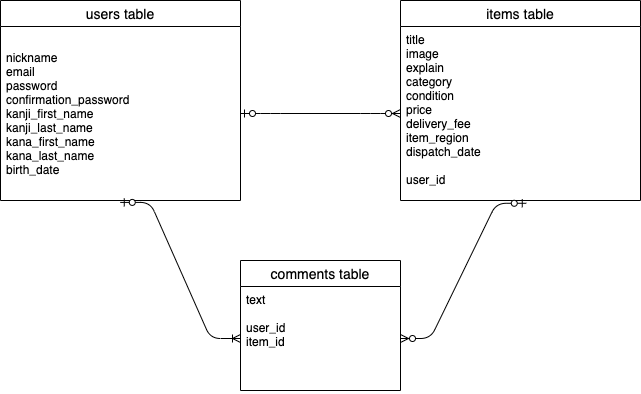
sohey-hub/furima-32536 keeps this draw.io diagram as test.drawio.png. Above is the earlier version. Source tidied: cells renumbered, new cells last; positions are measured from the earlier drawing's top-left corner, leaving out a move shared by most shapes. Source of this version:
```xml
<mxGraphModel>
  <root>
    <mxCell id="0" />
    <mxCell id="1" parent="0" />
    <mxCell id="2" value="users table" style="swimlane;fontStyle=0;horizontal=1;startSize=26;align=center;fontSize=14;" parent="1" vertex="1">
      <mxGeometry width="240" height="200" as="geometry" />
    </mxCell>
    <mxCell id="3" value="nickname&#10;email&#10;password&#10;confirmation_password&#10;kanji_first_name&#10;kanji_last_name&#10;kana_first_name&#10;kana_last_name&#10;birth_date" style="text;strokeColor=none;fillColor=none;spacingLeft=4;spacingRight=4;overflow=hidden;points=[[0,0.5],[1,0.5]];portConstraint=eastwest;fontSize=12;verticalAlign=middle;align=left;" parent="2" vertex="1">
      <mxGeometry y="26" width="240" height="174" as="geometry" />
    </mxCell>
    <mxCell id="4" value="items table" style="swimlane;fontStyle=0;horizontal=1;startSize=26;align=center;fontSize=14;" parent="1" vertex="1">
      <mxGeometry x="400" width="240" height="200" as="geometry" />
    </mxCell>
    <mxCell id="5" value="title&#10;image&#10;explain&#10;category&#10;condition&#10;price&#10;delivery_fee&#10;item_region&#10;dispatch_date&#10;&#10;user_id" style="text;strokeColor=none;fillColor=none;spacingLeft=4;spacingRight=4;overflow=hidden;points=[[0,0.5],[1,0.5]];portConstraint=eastwest;fontSize=12;" parent="4" vertex="1">
      <mxGeometry y="26" width="240" height="174" as="geometry" />
    </mxCell>
    <mxCell id="6" value="comments table" style="swimlane;fontStyle=0;horizontal=1;startSize=26;align=center;fontSize=14;" parent="1" vertex="1">
      <mxGeometry x="240" y="260" width="160" height="130" as="geometry" />
    </mxCell>
    <mxCell id="7" value="text&#10;&#10;user_id&#10;item_id" style="text;strokeColor=none;fillColor=none;spacingLeft=4;spacingRight=4;overflow=hidden;points=[[0,0.5],[1,0.5]];portConstraint=eastwest;fontSize=12;" parent="6" vertex="1">
      <mxGeometry y="26" width="160" height="104" as="geometry" />
    </mxCell>
    <mxCell id="8" style="edgeStyle=entityRelationEdgeStyle;fontSize=12;html=1;endArrow=ERzeroToMany;startArrow=ERzeroToOne;entryX=0;entryY=0.5;entryDx=0;entryDy=0;" parent="1" edge="1" source="3" target="5">
      <mxGeometry relative="1" as="geometry" />
    </mxCell>
    <mxCell id="9" style="edgeStyle=entityRelationEdgeStyle;fontSize=12;html=1;endArrow=ERoneToMany;startArrow=ERzeroToOne;exitX=0.499;exitY=1.011;exitDx=0;exitDy=0;exitPerimeter=0;entryX=0;entryY=0.5;entryDx=0;entryDy=0;" parent="1" edge="1" source="3" target="7">
      <mxGeometry relative="1" as="geometry" />
    </mxCell>
    <mxCell id="10" style="edgeStyle=entityRelationEdgeStyle;fontSize=12;html=1;endArrow=ERzeroToMany;startArrow=ERzeroToOne;exitX=0.524;exitY=1.016;exitDx=0;exitDy=0;exitPerimeter=0;entryX=1;entryY=0.5;entryDx=0;entryDy=0;" parent="1" edge="1" source="5" target="7">
      <mxGeometry relative="1" as="geometry" />
    </mxCell>
  </root>
</mxGraphModel>
```
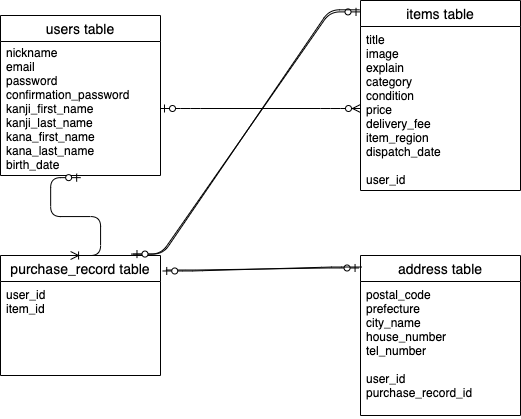
Above is the later version.

Commit message:
ER図とREADMEの修正

What changed in the source:
```diff
@@ -3,31 +3,46 @@
     <mxCell id="0" />
     <mxCell id="1" parent="0" />
     <mxCell id="2" value="users table" style="swimlane;fontStyle=0;horizontal=1;startSize=26;align=center;fontSize=14;" parent="1" vertex="1">
-      <mxGeometry width="240" height="200" as="geometry" />
+      <mxGeometry x="40" y="-200" width="160" height="160" as="geometry" />
     </mxCell>
     <mxCell id="3" value="nickname&#10;email&#10;password&#10;confirmation_password&#10;kanji_first_name&#10;kanji_last_name&#10;kana_first_name&#10;kana_last_name&#10;birth_date" style="text;strokeColor=none;fillColor=none;spacingLeft=4;spacingRight=4;overflow=hidden;points=[[0,0.5],[1,0.5]];portConstraint=eastwest;fontSize=12;verticalAlign=middle;align=left;" parent="2" vertex="1">
-      <mxGeometry y="26" width="240" height="174" as="geometry" />
+      <mxGeometry y="26" width="160" height="134" as="geometry" />
     </mxCell>
     <mxCell id="4" value="items table" style="swimlane;fontStyle=0;horizontal=1;startSize=26;align=center;fontSize=14;" parent="1" vertex="1">
-      <mxGeometry x="400" width="240" height="200" as="geometry" />
+      <mxGeometry x="400" y="-215" width="160" height="190" as="geometry" />
     </mxCell>
     <mxCell id="5" value="title&#10;image&#10;explain&#10;category&#10;condition&#10;price&#10;delivery_fee&#10;item_region&#10;dispatch_date&#10;&#10;user_id" style="text;strokeColor=none;fillColor=none;spacingLeft=4;spacingRight=4;overflow=hidden;points=[[0,0.5],[1,0.5]];portConstraint=eastwest;fontSize=12;" parent="4" vertex="1">
-      <mxGeometry y="26" width="240" height="174" as="geometry" />
+      <mxGeometry y="26" width="160" height="164" as="geometry" />
     </mxCell>
-    <mxCell id="6" value="comments table" style="swimlane;fontStyle=0;horizontal=1;startSize=26;align=center;fontSize=14;" parent="1" vertex="1">
-      <mxGeometry x="240" y="260" width="160" height="130" as="geometry" />
-    </mxCell>
-    <mxCell id="7" value="text&#10;&#10;user_id&#10;item_id" style="text;strokeColor=none;fillColor=none;spacingLeft=4;spacingRight=4;overflow=hidden;points=[[0,0.5],[1,0.5]];portConstraint=eastwest;fontSize=12;" parent="6" vertex="1">
-      <mxGeometry y="26" width="160" height="104" as="geometry" />
-    </mxCell>
     <mxCell id="8" style="edgeStyle=entityRelationEdgeStyle;fontSize=12;html=1;endArrow=ERzeroToMany;startArrow=ERzeroToOne;entryX=0;entryY=0.5;entryDx=0;entryDy=0;" parent="1" edge="1" source="3" target="5">
       <mxGeometry relative="1" as="geometry" />
     </mxCell>
-    <mxCell id="9" style="edgeStyle=entityRelationEdgeStyle;fontSize=12;html=1;endArrow=ERoneToMany;startArrow=ERzeroToOne;exitX=0.499;exitY=1.011;exitDx=0;exitDy=0;exitPerimeter=0;entryX=0;entryY=0.5;entryDx=0;entryDy=0;" parent="1" edge="1" source="3" target="7">
-      <mxGeometry relative="1" as="geometry" />
-    </mxCell>
-    <mxCell id="10" style="edgeStyle=entityRelationEdgeStyle;fontSize=12;html=1;endArrow=ERzeroToMany;startArrow=ERzeroToOne;exitX=0.524;exitY=1.016;exitDx=0;exitDy=0;exitPerimeter=0;entryX=1;entryY=0.5;entryDx=0;entryDy=0;" parent="1" edge="1" source="5" target="7">
-      <mxGeometry relative="1" as="geometry" />
-    </mxCell>
+    <mxCell id="11" value="purchase_record table" style="swimlane;fontStyle=0;horizontal=1;startSize=26;align=center;fontSize=14;" parent="1" vertex="1">
+      <mxGeometry x="40" y="40" width="160" height="120" as="geometry" />
+    </mxCell>
+    <mxCell id="12" value="user_id&#10;item_id" style="text;strokeColor=none;fillColor=none;spacingLeft=4;spacingRight=4;overflow=hidden;fontSize=12;" parent="11" vertex="1">
+      <mxGeometry y="26" width="160" height="94" as="geometry" />
+    </mxCell>
+    <mxCell id="13" value="address table" style="swimlane;fontStyle=0;horizontal=1;startSize=26;align=center;fontSize=14;" parent="1" vertex="1">
+      <mxGeometry x="400" y="40" width="160" height="160" as="geometry" />
+    </mxCell>
+    <mxCell id="14" value="postal_code&#10;prefecture&#10;city_name&#10;house_number&#10;tel_number&#10;&#10;user_id&#10;purchase_record_id" style="text;strokeColor=none;fillColor=none;spacingLeft=4;spacingRight=4;overflow=hidden;fontSize=12;" parent="13" vertex="1">
+      <mxGeometry y="26" width="160" height="134" as="geometry" />
+    </mxCell>
+    <mxCell id="15" style="edgeStyle=entityRelationEdgeStyle;fontSize=12;html=1;endArrow=ERzeroToOne;endFill=1;exitX=0.816;exitY=-0.012;exitDx=0;exitDy=0;exitPerimeter=0;entryX=-0.003;entryY=0.06;entryDx=0;entryDy=0;entryPerimeter=0;" parent="1" edge="1" source="11" target="4">
+      <mxGeometry relative="1" as="geometry" />
+    </mxCell>
+    <mxCell id="16" style="edgeStyle=entityRelationEdgeStyle;fontSize=12;html=1;endArrow=ERzeroToOne;endFill=1;entryX=0.828;entryY=-0.012;entryDx=0;entryDy=0;entryPerimeter=0;exitX=-0.006;exitY=0.049;exitDx=0;exitDy=0;exitPerimeter=0;" parent="1" edge="1" source="4" target="11">
+      <mxGeometry relative="1" as="geometry" />
+    </mxCell>
+    <mxCell id="17" style="edgeStyle=entityRelationEdgeStyle;fontSize=12;html=1;endArrow=ERzeroToOne;endFill=1;exitX=1.034;exitY=0.121;exitDx=0;exitDy=0;exitPerimeter=0;entryX=-0.009;entryY=0.078;entryDx=0;entryDy=0;entryPerimeter=0;" parent="1" edge="1" source="11" target="13">
+      <mxGeometry relative="1" as="geometry" />
+    </mxCell>
+    <mxCell id="18" style="edgeStyle=entityRelationEdgeStyle;fontSize=12;html=1;endArrow=ERzeroToOne;endFill=1;entryX=1.014;entryY=0.129;entryDx=0;entryDy=0;entryPerimeter=0;exitX=0.007;exitY=0.072;exitDx=0;exitDy=0;exitPerimeter=0;" parent="1" edge="1" source="13" target="11">
+      <mxGeometry relative="1" as="geometry" />
+    </mxCell>
+    <mxCell id="19" style="edgeStyle=entityRelationEdgeStyle;fontSize=12;html=1;endArrow=ERoneToMany;startArrow=ERzeroToOne;exitX=0.501;exitY=1.016;exitDx=0;exitDy=0;exitPerimeter=0;entryX=0.438;entryY=0;entryDx=0;entryDy=0;entryPerimeter=0;" parent="1" edge="1" source="3" target="11">
+      <mxGeometry relative="1" as="geometry" />
+    </mxCell>
   </root>
 </mxGraphModel>
```
